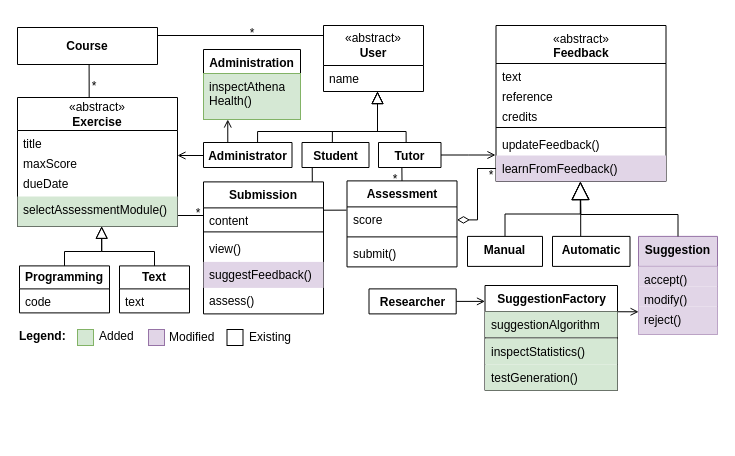
Above: page "restructured" (1 of 3) of figures/src/aom.drawio in pal03377/master-thesis (draw.io), before the change. Source tidied: cells renumbered, new cells numbered last; positions are measured from the earlier drawing's top-left corner, leaving out a move shared by most shapes. Both pictures are drawn from the tidied source at 100%, with x=0, y=0 at pixel (17, 23).
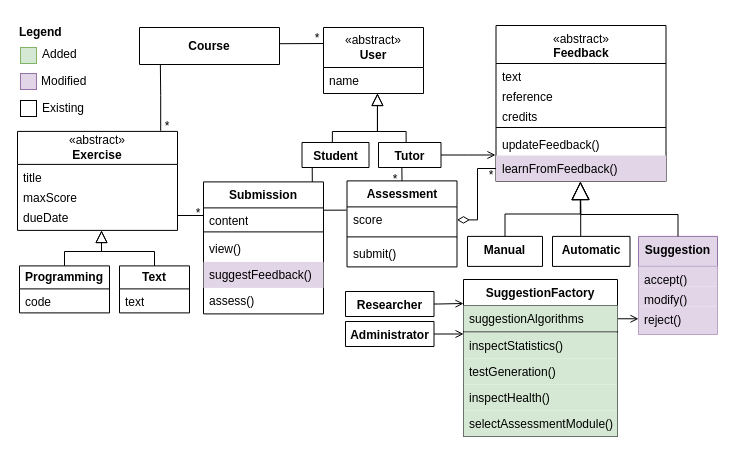
The same page after the edit.

Unchanged cells that the change refers to:
```xml
<mxCell id="22" value="Tutor" style="swimlane;fontStyle=1;align=center;verticalAlign=top;horizontal=1;startSize=34;whiteSpace=wrap;html=1;" parent="1" vertex="1">
  <mxGeometry x="361" y="119" width="62.5" height="25" as="geometry" />
</mxCell>
<mxCell id="24" value="name" style="text;strokeColor=none;fillColor=none;align=left;verticalAlign=top;spacingLeft=4;spacingRight=4;overflow=hidden;points=[[0,0.5],[1,0.5]];portConstraint=eastwest;whiteSpace=wrap;html=1;" parent="23" vertex="1">
  <mxGeometry y="40" width="100" height="26" as="geometry" />
</mxCell>
<mxCell id="47" value="&lt;b&gt;Programming&lt;/b&gt;" style="swimlane;fontStyle=0;horizontal=1;startSize=23;fillColor=none;whiteSpace=wrap;html=1;" parent="1" vertex="1">
  <mxGeometry x="2" y="242.4" width="90" height="47" as="geometry" />
</mxCell>
<mxCell id="49" value="&lt;b&gt;Text&lt;/b&gt;" style="swimlane;fontStyle=0;horizontal=1;startSize=23;fillColor=none;whiteSpace=wrap;html=1;" parent="1" vertex="1">
  <mxGeometry x="102" y="242.4" width="70" height="47" as="geometry" />
</mxCell>
<mxCell id="58" value="reject()" style="text;strokeColor=none;fillColor=#e1d5e7;align=left;verticalAlign=top;spacingLeft=4;spacingRight=4;overflow=hidden;points=[[0,0.5],[1,0.5]];portConstraint=eastwest;whiteSpace=wrap;html=1;" parent="55" vertex="1">
  <mxGeometry y="70" width="79" height="28" as="geometry" />
</mxCell>
```

The edit, as a diff of the source:
```diff
@@
     <mxCell id="2" value="&lt;b&gt;Course&lt;/b&gt;" style="swimlane;fontStyle=0;horizontal=1;startSize=37;fillColor=none;whiteSpace=wrap;html=1;" parent="1" vertex="1">
-      <mxGeometry y="4" width="140" height="37" as="geometry" />
+      <mxGeometry x="122" y="4" width="140" height="37" as="geometry" />
     </mxCell>
@@
     <mxCell id="4" value="«abstract»&lt;br&gt;&lt;b&gt;Exercise&lt;/b&gt;" style="swimlane;fontStyle=0;horizontal=1;startSize=33;fillColor=none;whiteSpace=wrap;html=1;" parent="1" vertex="1">
-      <mxGeometry y="74" width="160" height="129" as="geometry" />
+      <mxGeometry y="107.9" width="160" height="99" as="geometry" />
     </mxCell>
@@
-    <mxCell id="8" value="selectAssessmentModule()" style="text;strokeColor=none;fillColor=#d5e8d4;align=left;verticalAlign=top;spacingLeft=4;spacingRight=4;overflow=hidden;points=[[0,0.5],[1,0.5]];portConstraint=eastwest;whiteSpace=wrap;html=1;" parent="4" vertex="1">
-      <mxGeometry y="99" width="160" height="30" as="geometry" />
-    </mxCell>
@@
-    <mxCell id="15" style="edgeStyle=orthogonalEdgeStyle;rounded=0;jettySize=auto;html=1;exitX=0.611;exitY=-0.003;exitDx=0;exitDy=0;endArrow=block;endFill=0;strokeWidth=1;endSize=10;exitPerimeter=0;" parent="1" edge="1" source="18">
-      <mxGeometry relative="1" as="geometry">
-        <mxPoint x="360" y="68" as="targetPoint" />
-        <Array as="points">
-          <mxPoint x="240" y="108" />
-          <mxPoint x="360" y="108" />
-        </Array>
-      </mxGeometry>
-    </mxCell>
@@
-    <mxCell id="17" style="edgeStyle=orthogonalEdgeStyle;rounded=0;jettySize=auto;html=1;exitX=0.25;exitY=0;exitDx=0;exitDy=0;entryX=0.25;entryY=1;entryDx=0;entryDy=0;endArrow=open;endFill=0;" parent="1" edge="1" source="18" target="69">
-      <mxGeometry relative="1" as="geometry" />
-    </mxCell>
+    <mxCell id="81" style="edgeStyle=orthogonalEdgeStyle;rounded=0;orthogonalLoop=1;jettySize=auto;html=1;exitX=1;exitY=0.5;exitDx=0;exitDy=0;endArrow=open;endFill=0;" parent="1" edge="1">
+      <mxGeometry relative="1" as="geometry">
+        <mxPoint x="395.5" y="310.5" as="sourcePoint" />
+        <mxPoint x="446.1" y="310.5" as="targetPoint" />
+      </mxGeometry>
+    </mxCell>
     <mxCell id="18" value="Administrator" style="swimlane;fontStyle=1;align=center;verticalAlign=top;horizontal=1;startSize=34;whiteSpace=wrap;html=1;" parent="1" vertex="1">
-      <mxGeometry x="186" y="119" width="88.5" height="25" as="geometry" />
+      <mxGeometry x="328" y="298" width="88.5" height="25" as="geometry" />
     </mxCell>
-    <mxCell id="19" style="edgeStyle=orthogonalEdgeStyle;rounded=0;jettySize=auto;html=1;endArrow=block;endFill=0;endSize=10;exitX=0.442;exitY=-0.003;exitDx=0;exitDy=0;exitPerimeter=0;" parent="1" edge="1" source="22">
+    <mxCell id="19" style="edgeStyle=orthogonalEdgeStyle;rounded=0;jettySize=auto;html=1;endArrow=block;endFill=0;endSize=10;exitX=0.442;exitY=-0.003;exitDx=0;exitDy=0;exitPerimeter=0;entryX=0.539;entryY=0.993;entryDx=0;entryDy=0;entryPerimeter=0;" parent="1" edge="1" source="22" target="24">
       <mxGeometry relative="1" as="geometry">
-        <mxPoint x="360" y="68" as="targetPoint" />
         <Array as="points">
           <mxPoint x="389" y="108" />
           <mxPoint x="360" y="108" />
         </Array>
       </mxGeometry>
     </mxCell>
@@
     <mxCell id="23" value="«abstract»&lt;br&gt;&lt;b&gt;User&lt;/b&gt;" style="swimlane;fontStyle=0;horizontal=1;startSize=40;fillColor=none;whiteSpace=wrap;html=1;" parent="1" vertex="1">
-      <mxGeometry x="306" y="2" width="100" height="66" as="geometry" />
+      <mxGeometry x="306" y="4" width="100" height="66" as="geometry" />
     </mxCell>
@@
-    <mxCell id="37" style="edgeStyle=orthogonalEdgeStyle;rounded=0;orthogonalLoop=1;jettySize=auto;html=1;exitX=-0.002;exitY=0.242;exitDx=0;exitDy=0;endArrow=none;endFill=0;exitPerimeter=0;" parent="1" edge="1">
+    <mxCell id="37" style="edgeStyle=orthogonalEdgeStyle;rounded=0;jettySize=auto;html=1;exitX=1;exitY=0.75;exitDx=0;exitDy=0;endArrow=none;endFill=0;entryX=1.002;entryY=0.438;entryDx=0;entryDy=0;entryPerimeter=0;" parent="1" edge="1" source="43" target="2">
       <mxGeometry relative="1" as="geometry">
-        <mxPoint x="305.8" y="12" as="sourcePoint" />
-        <mxPoint x="140" y="12" as="targetPoint" />
+        <Array as="points">
+          <mxPoint x="306" y="20" />
+        </Array>
       </mxGeometry>
     </mxCell>
@@
     <mxCell id="43" value="*" style="text;html=1;strokeColor=none;fillColor=none;align=center;verticalAlign=middle;whiteSpace=wrap;rounded=0;" parent="1" vertex="1">
-      <mxGeometry x="230" width="10" height="20" as="geometry" />
+      <mxGeometry x="295" y="5" width="10" height="20" as="geometry" />
     </mxCell>
     <mxCell id="44" value="*" style="text;html=1;strokeColor=none;fillColor=none;align=center;verticalAlign=middle;whiteSpace=wrap;rounded=0;" parent="1" vertex="1">
-      <mxGeometry x="72" y="58" width="10" height="10" as="geometry" />
+      <mxGeometry x="145" y="97.9" width="10" height="10" as="geometry" />
     </mxCell>
@@
-    <mxCell id="51" style="rounded=0;jettySize=auto;html=1;exitX=0.448;exitY=0.001;exitDx=0;exitDy=0;endArrow=none;endFill=0;entryX=0.504;entryY=1.014;entryDx=0;entryDy=0;entryPerimeter=0;exitPerimeter=0;edgeStyle=orthogonalEdgeStyle;" parent="1" edge="1" source="4">
+    <mxCell id="51" style="rounded=0;jettySize=auto;html=1;endArrow=none;endFill=0;edgeStyle=orthogonalEdgeStyle;entryX=0.149;entryY=0.997;entryDx=0;entryDy=0;entryPerimeter=0;exitX=0.895;exitY=-0.006;exitDx=0;exitDy=0;exitPerimeter=0;" parent="1" edge="1" source="4" target="2">
       <mxGeometry relative="1" as="geometry">
-        <mxPoint x="71.6" y="41.4" as="targetPoint" />
+        <Array as="points">
+          <mxPoint x="143" y="72" />
+          <mxPoint x="143" y="72" />
+        </Array>
       </mxGeometry>
     </mxCell>
-    <mxCell id="52" style="edgeStyle=orthogonalEdgeStyle;rounded=0;jettySize=auto;html=1;exitX=0.5;exitY=0;exitDx=0;exitDy=0;endArrow=block;endFill=0;strokeWidth=1;endSize=10;entryX=0.526;entryY=0.992;entryDx=0;entryDy=0;entryPerimeter=0;" parent="1" edge="1" source="49" target="8">
+    <mxCell id="52" style="edgeStyle=orthogonalEdgeStyle;rounded=0;jettySize=auto;html=1;exitX=0.5;exitY=0;exitDx=0;exitDy=0;endArrow=block;endFill=0;strokeWidth=1;endSize=10;" parent="1" edge="1" source="49">
       <mxGeometry relative="1" as="geometry">
+        <mxPoint x="84" y="207" as="targetPoint" />
         <Array as="points">
           <mxPoint x="137" y="228" />
           <mxPoint x="84" y="228" />
         </Array>
       </mxGeometry>
     </mxCell>
-    <mxCell id="53" style="edgeStyle=orthogonalEdgeStyle;rounded=0;jettySize=auto;html=1;endArrow=block;endFill=0;strokeWidth=1;endSize=10;entryX=0.526;entryY=0.994;entryDx=0;entryDy=0;entryPerimeter=0;exitX=0.5;exitY=0;exitDx=0;exitDy=0;" parent="1" edge="1" source="47" target="8">
+    <mxCell id="53" style="edgeStyle=orthogonalEdgeStyle;rounded=0;jettySize=auto;html=1;endArrow=block;endFill=0;strokeWidth=1;endSize=10;exitX=0.5;exitY=0;exitDx=0;exitDy=0;" parent="1" edge="1" source="47">
       <mxGeometry relative="1" as="geometry">
+        <mxPoint x="84" y="207" as="targetPoint" />
         <Array as="points">
           <mxPoint x="47" y="228" />
           <mxPoint x="84" y="228" />
         </Array>
       </mxGeometry>
     </mxCell>
@@
-    <mxCell id="59" style="group;" parent="1" vertex="1">
-      <mxGeometry y="298" width="289.5" height="31" as="geometry" />
-    </mxCell>
-    <mxCell id="60" value="Legend:" style="text;html=1;strokeColor=none;fillColor=none;align=left;verticalAlign=middle;whiteSpace=wrap;rounded=0;fontStyle=1;" parent="59" vertex="1">
-      <mxGeometry width="60" height="30" as="geometry" />
-    </mxCell>
-    <mxCell id="61" style="rounded=0;whiteSpace=wrap;html=1;fillColor=#d5e8d4;strokeColor=#82b366;" parent="59" vertex="1">
-      <mxGeometry x="60" y="8" width="16" height="16" as="geometry" />
-    </mxCell>
-    <mxCell id="62" style="rounded=0;whiteSpace=wrap;html=1;fillColor=#e1d5e7;strokeColor=#9673a6;" parent="59" vertex="1">
-      <mxGeometry x="131" y="8" width="16" height="16" as="geometry" />
-    </mxCell>
-    <mxCell id="63" style="rounded=0;whiteSpace=wrap;html=1;" parent="59" vertex="1">
-      <mxGeometry x="209.5" y="8" width="16" height="16" as="geometry" />
-    </mxCell>
-    <mxCell id="64" value="Added" style="text;html=1;strokeColor=none;fillColor=none;align=left;verticalAlign=middle;whiteSpace=wrap;rounded=0;fontStyle=0;" parent="59" vertex="1">
-      <mxGeometry x="80" width="60" height="30" as="geometry" />
-    </mxCell>
-    <mxCell id="65" value="Modified" style="text;html=1;strokeColor=none;fillColor=none;align=left;verticalAlign=middle;whiteSpace=wrap;rounded=0;fontStyle=0;" parent="59" vertex="1">
-      <mxGeometry x="149.5" y="1" width="60" height="30" as="geometry" />
-    </mxCell>
-    <mxCell id="66" value="Existing" style="text;html=1;strokeColor=none;fillColor=none;align=left;verticalAlign=middle;whiteSpace=wrap;rounded=0;fontStyle=0;" parent="59" vertex="1">
-      <mxGeometry x="229.5" y="1" width="60" height="30" as="geometry" />
-    </mxCell>
@@
-    <mxCell id="68" style="edgeStyle=orthogonalEdgeStyle;rounded=0;jettySize=auto;html=1;entryX=0;entryY=0.5;entryDx=0;entryDy=0;endArrow=none;endFill=0;exitX=1;exitY=0.5;exitDx=0;exitDy=0;startArrow=open;startFill=0;" parent="1" edge="1" target="18">
-      <mxGeometry relative="1" as="geometry">
-        <mxPoint x="160" y="132" as="sourcePoint" />
-      </mxGeometry>
-    </mxCell>
-    <mxCell id="69" value="Administration" style="swimlane;fontStyle=1;align=center;verticalAlign=top;horizontal=1;startSize=24;whiteSpace=wrap;html=1;" parent="1" vertex="1">
-      <mxGeometry x="186" y="26" width="97" height="70" as="geometry" />
-    </mxCell>
-    <mxCell id="70" value="inspectAthena&lt;br&gt;Health()" style="text;strokeColor=#82b366;fillColor=#d5e8d4;align=left;verticalAlign=top;spacingLeft=4;spacingRight=4;overflow=hidden;whiteSpace=wrap;html=1;" parent="69" vertex="1">
-      <mxGeometry y="24" width="97" height="46" as="geometry" />
-    </mxCell>
-    <mxCell id="71" style="edgeStyle=orthogonalEdgeStyle;rounded=0;jettySize=auto;html=1;exitX=1;exitY=0.25;exitDx=0;exitDy=0;entryX=0.001;entryY=0.195;entryDx=0;entryDy=0;entryPerimeter=0;endArrow=open;endFill=0;" parent="1" edge="1" source="72" target="58">
-      <mxGeometry relative="1" as="geometry" />
+    <mxCell id="71" style="edgeStyle=orthogonalEdgeStyle;rounded=0;jettySize=auto;html=1;exitX=1;exitY=0.25;exitDx=0;exitDy=0;endArrow=open;endFill=0;" parent="1" edge="1" source="72">
+      <mxGeometry relative="1" as="geometry">
+        <mxPoint x="621" y="295" as="targetPoint" />
+      </mxGeometry>
     </mxCell>
     <mxCell id="72" value="SuggestionFactory" style="swimlane;fontStyle=1;align=center;verticalAlign=top;horizontal=1;startSize=26;whiteSpace=wrap;html=1;" parent="1" vertex="1">
-      <mxGeometry x="467.5" y="262" width="132.5" height="105" as="geometry" />
+      <mxGeometry x="446" y="256" width="154" height="157" as="geometry" />
     </mxCell>
-    <mxCell id="73" value="suggestionAlgorithm" style="text;strokeColor=none;fillColor=#d5e8d4;align=left;verticalAlign=top;spacingLeft=4;spacingRight=4;overflow=hidden;whiteSpace=wrap;html=1;" parent="72" vertex="1">
-      <mxGeometry y="26" width="132.5" height="26" as="geometry" />
+    <mxCell id="73" value="suggestionAlgorithms" style="text;strokeColor=none;fillColor=#d5e8d4;align=left;verticalAlign=top;spacingLeft=4;spacingRight=4;overflow=hidden;whiteSpace=wrap;html=1;" parent="72" vertex="1">
+      <mxGeometry y="26" width="154" height="26" as="geometry" />
     </mxCell>
     <mxCell id="74" style="line;strokeWidth=1;fillColor=none;align=left;verticalAlign=middle;spacingTop=-1;spacingLeft=3;spacingRight=3;labelPosition=right;strokeColor=inherit;" parent="72" vertex="1">
-      <mxGeometry y="52" width="132.5" height="1" as="geometry" />
+      <mxGeometry y="52" width="154" height="1" as="geometry" />
     </mxCell>
     <mxCell id="75" value="inspectStatistics()" style="text;strokeColor=none;fillColor=#d5e8d4;align=left;verticalAlign=top;spacingLeft=4;spacingRight=4;overflow=hidden;whiteSpace=wrap;html=1;" parent="72" vertex="1">
-      <mxGeometry y="53" width="132.5" height="26" as="geometry" />
+      <mxGeometry y="53" width="154" height="26" as="geometry" />
     </mxCell>
     <mxCell id="76" value="testGeneration()" style="text;strokeColor=none;fillColor=#d5e8d4;align=left;verticalAlign=top;spacingLeft=4;spacingRight=4;overflow=hidden;whiteSpace=wrap;html=1;" parent="72" vertex="1">
-      <mxGeometry y="79" width="132.5" height="26" as="geometry" />
+      <mxGeometry y="79" width="154" height="26" as="geometry" />
     </mxCell>
-    <mxCell id="77" style="edgeStyle=orthogonalEdgeStyle;rounded=0;jettySize=auto;html=1;exitX=1;exitY=0.5;exitDx=0;exitDy=0;entryX=0;entryY=0.146;entryDx=0;entryDy=0;entryPerimeter=0;endArrow=open;endFill=0;" parent="1" edge="1" source="78" target="72">
-      <mxGeometry relative="1" as="geometry" />
-    </mxCell>
+    <mxCell id="82" value="inspectHealth()" style="text;strokeColor=none;fillColor=#d5e8d4;align=left;verticalAlign=top;spacingLeft=4;spacingRight=4;overflow=hidden;whiteSpace=wrap;html=1;" parent="72" vertex="1">
+      <mxGeometry y="105" width="154" height="26" as="geometry" />
+    </mxCell>
+    <mxCell id="8" value="selectAssessmentModule()" style="text;strokeColor=none;fillColor=#d5e8d4;align=left;verticalAlign=top;spacingLeft=4;spacingRight=4;overflow=hidden;points=[[0,0.5],[1,0.5]];portConstraint=eastwest;whiteSpace=wrap;html=1;" parent="72" vertex="1">
+      <mxGeometry y="131" width="154" height="26" as="geometry" />
+    </mxCell>
+    <mxCell id="83" style="edgeStyle=orthogonalEdgeStyle;rounded=0;orthogonalLoop=1;jettySize=auto;html=1;exitX=1;exitY=0.5;exitDx=0;exitDy=0;endArrow=open;endFill=0;" parent="1" edge="1">
+      <mxGeometry relative="1" as="geometry">
+        <mxPoint x="395.5" y="280.5" as="sourcePoint" />
+        <mxPoint x="446" y="280" as="targetPoint" />
+        <Array as="points">
+          <mxPoint x="421" y="280" />
+        </Array>
+      </mxGeometry>
+    </mxCell>
     <mxCell id="78" value="Researcher" style="swimlane;fontStyle=1;align=center;verticalAlign=top;horizontal=1;startSize=34;whiteSpace=wrap;html=1;" parent="1" vertex="1">
-      <mxGeometry x="351.5" y="265.4" width="87.2" height="25" as="geometry" />
+      <mxGeometry x="328" y="268" width="88.5" height="25" as="geometry" />
     </mxCell>
@@
+    <mxCell id="84" style="group;" parent="1" vertex="1">
+      <mxGeometry y="-6" width="83" height="106" as="geometry" />
+    </mxCell>
+    <mxCell id="85" value="Legend" style="text;html=1;strokeColor=none;fillColor=none;align=left;verticalAlign=middle;whiteSpace=wrap;rounded=0;fontStyle=1;" parent="84" vertex="1">
+      <mxGeometry width="60" height="30" as="geometry" />
+    </mxCell>
+    <mxCell id="86" style="rounded=0;whiteSpace=wrap;html=1;fillColor=#d5e8d4;strokeColor=#82b366;" parent="84" vertex="1">
+      <mxGeometry x="3" y="30" width="16" height="16" as="geometry" />
+    </mxCell>
+    <mxCell id="87" style="rounded=0;whiteSpace=wrap;html=1;fillColor=#e1d5e7;strokeColor=#9673a6;" parent="84" vertex="1">
+      <mxGeometry x="3" y="56" width="16" height="16" as="geometry" />
+    </mxCell>
+    <mxCell id="88" style="rounded=0;whiteSpace=wrap;html=1;" parent="84" vertex="1">
+      <mxGeometry x="3" y="83" width="16" height="16" as="geometry" />
+    </mxCell>
+    <mxCell id="64" value="Added" style="text;html=1;strokeColor=none;fillColor=none;align=left;verticalAlign=middle;whiteSpace=wrap;rounded=0;fontStyle=0;" parent="84" vertex="1">
+      <mxGeometry x="23" y="22" width="60" height="30" as="geometry" />
+    </mxCell>
+    <mxCell id="65" value="Modified" style="text;html=1;strokeColor=none;fillColor=none;align=left;verticalAlign=middle;whiteSpace=wrap;rounded=0;fontStyle=0;" parent="84" vertex="1">
+      <mxGeometry x="21.5" y="49" width="60" height="30" as="geometry" />
+    </mxCell>
+    <mxCell id="66" value="Existing" style="text;html=1;strokeColor=none;fillColor=none;align=left;verticalAlign=middle;whiteSpace=wrap;rounded=0;fontStyle=0;" parent="84" vertex="1">
+      <mxGeometry x="23" y="76" width="60" height="30" as="geometry" />
+    </mxCell>
```
